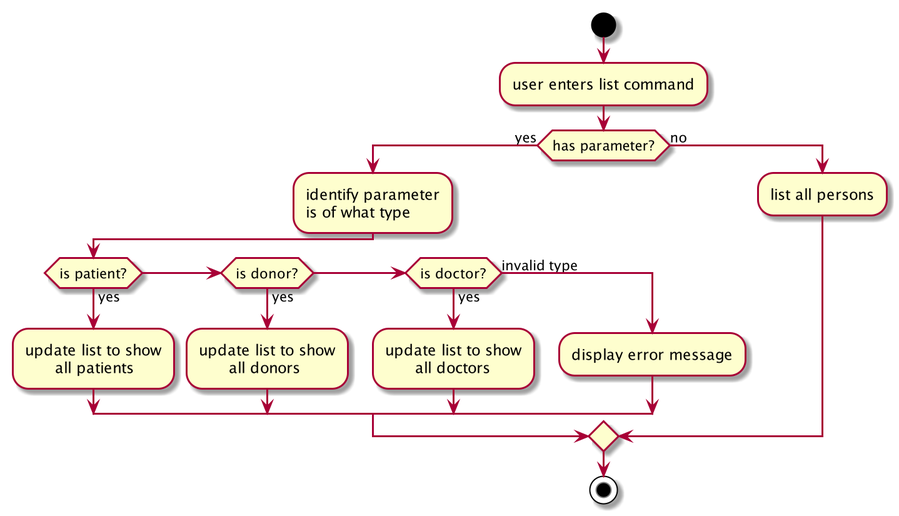
Earlier version of the PlantUML export docs/images/ListActivityDiagram.png (nus-cs2103-AY1920S1/addressbook-level3). Source of this version:
```plantuml
@startuml

start
:user enters list command;
if (has parameter?) then (yes)
    :identify parameter
    is of what type;
    if (is patient?) then (yes)
        :update list to show
              all patients;
    elseif (is donor?) then (yes)
        :update list to show
              all donors;
    elseif (is doctor?) then (yes)
        :update list to show
              all doctors;
    else (invalid type)
        :display error message;
    endif
else (no)
    :list all persons;
endif
stop
@enduml
```
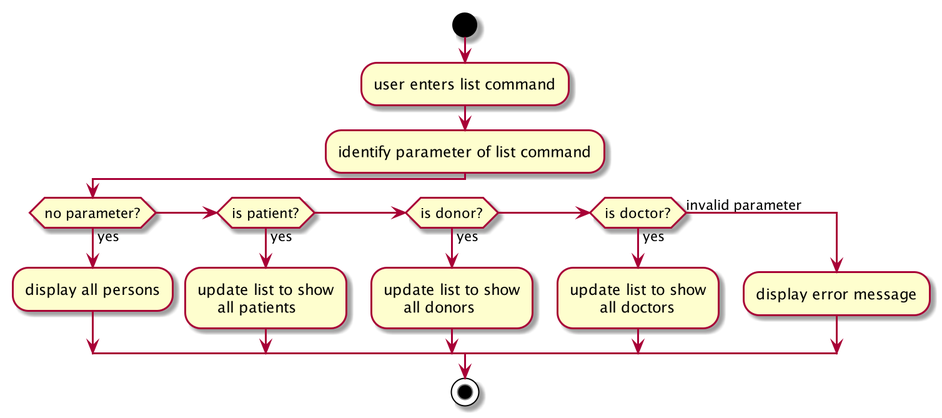
The same file after the commit.

Diff of the diagram source:
```diff
@@ -2,23 +2,20 @@
 
 start
 :user enters list command;
-if (has parameter?) then (yes)
-    :identify parameter
-    is of what type;
-    if (is patient?) then (yes)
-        :update list to show
-              all patients;
-    elseif (is donor?) then (yes)
-        :update list to show
-              all donors;
-    elseif (is doctor?) then (yes)
-        :update list to show
-              all doctors;
-    else (invalid type)
-        :display error message;
-    endif
-else (no)
-    :list all persons;
+:identify parameter of list command;
+if (no parameter?) then (yes)
+    :display all persons;
+elseif (is patient?) then (yes)
+    :update list to show
+        all patients;
+elseif (is donor?) then (yes)
+    :update list to show
+        all donors;
+elseif (is doctor?) then (yes)
+    :update list to show
+          all doctors;
+else (invalid parameter)
+    :display error message;
 endif
 stop
 @enduml
```
